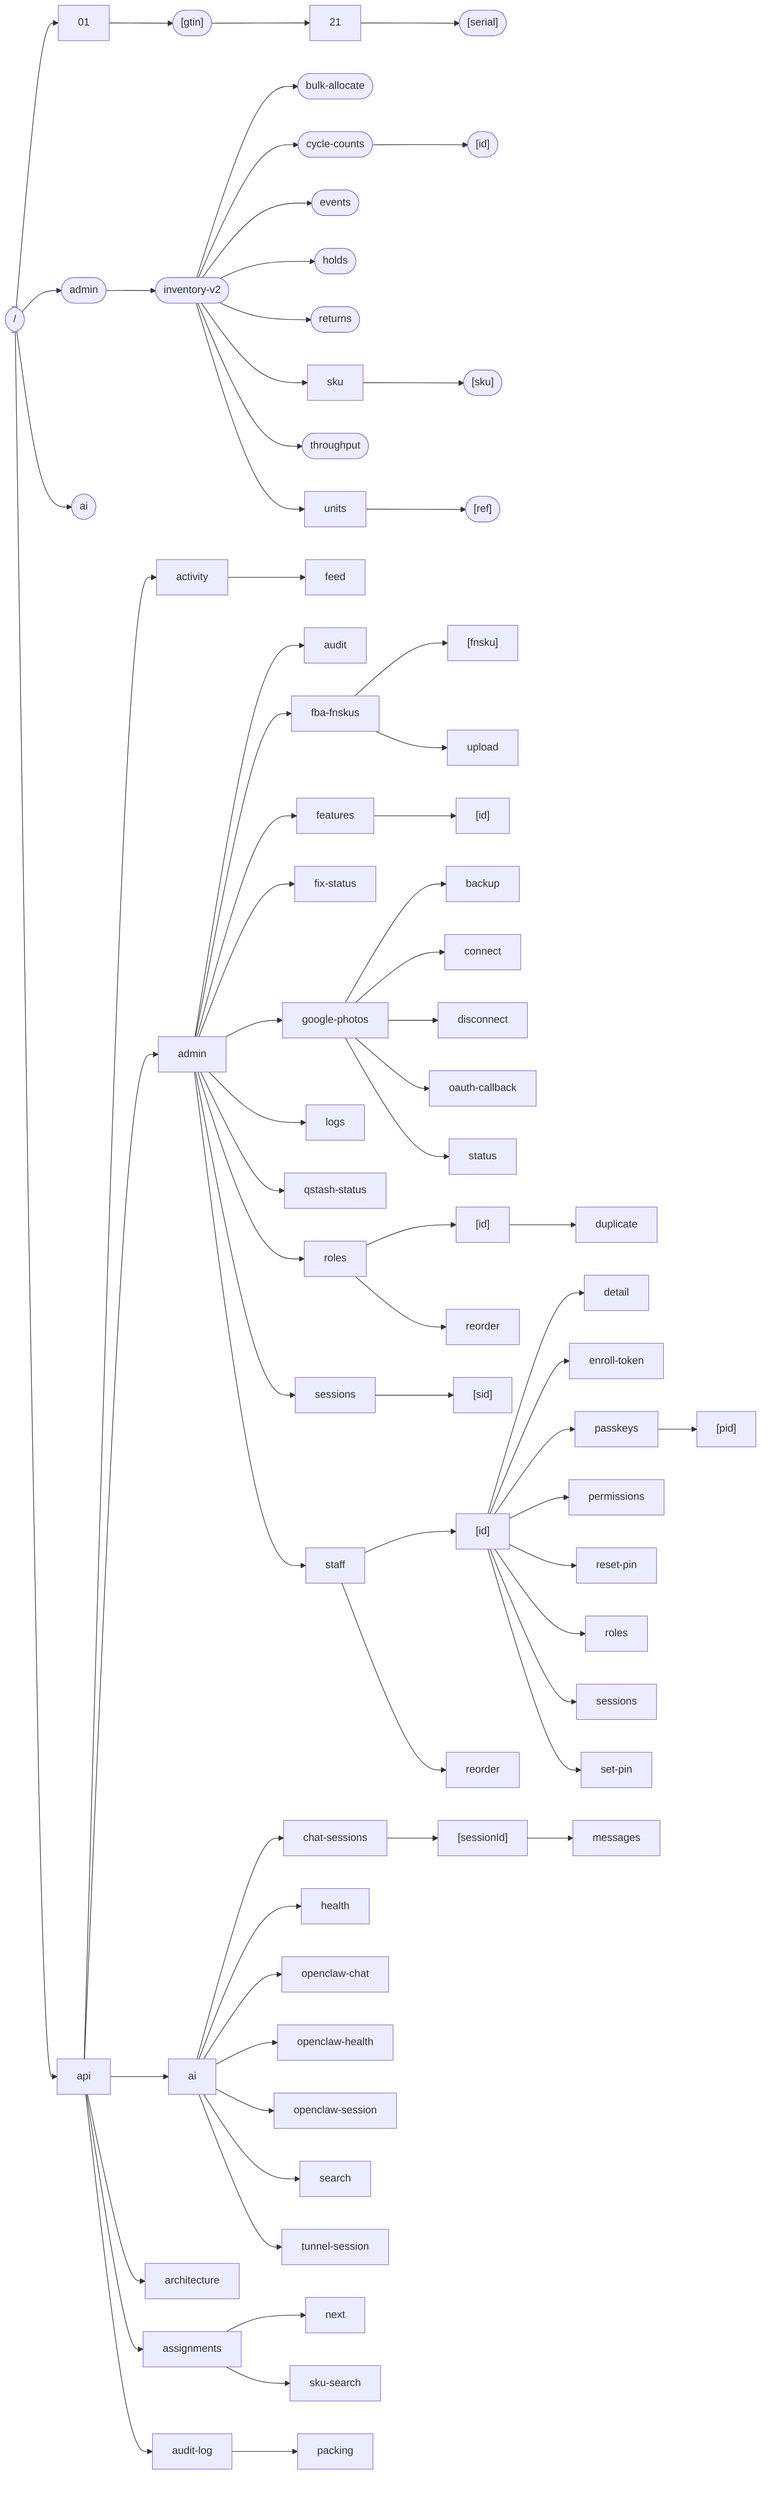
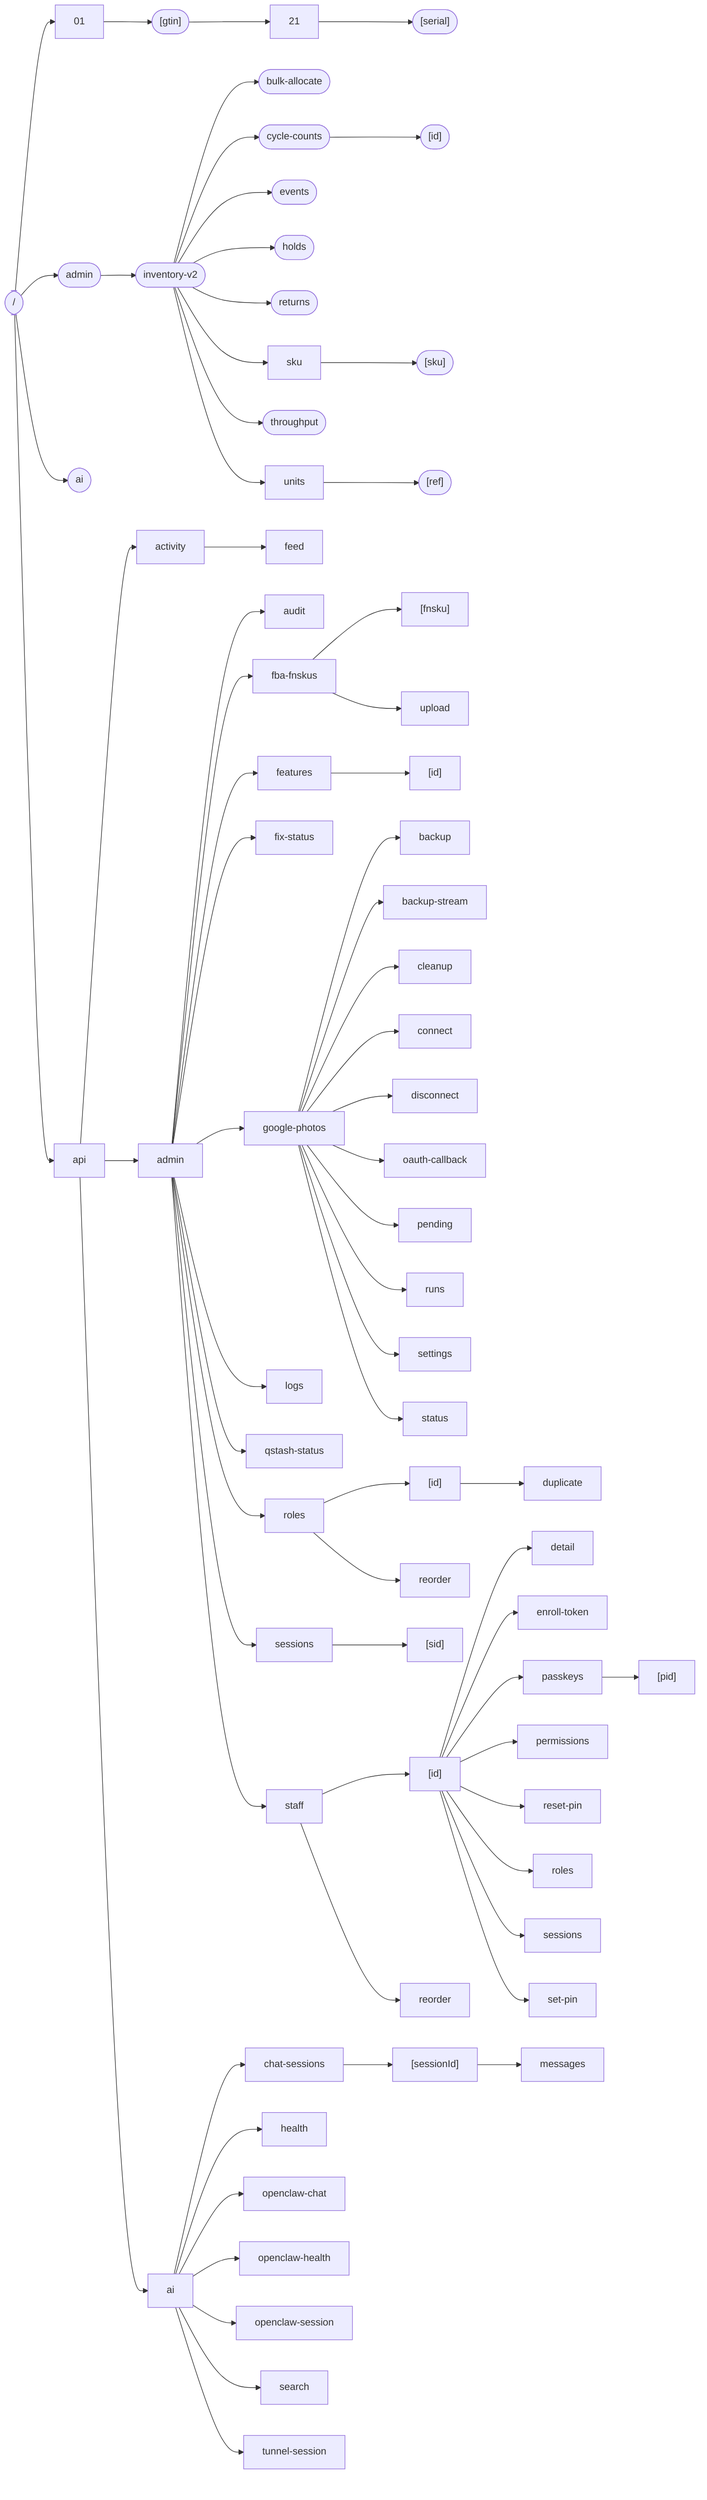
flowchart LR
  root(["/"])
  01["01"]
  root --> 01
  01__gtin(["[gtin]"])
  01 --> 01__gtin
  click 01__gtin "src/app/01/[gtin]/page.tsx" "page: src/app/01/[gtin]/page.tsx"
  01__gtin__21["21"]
  01__gtin --> 01__gtin__21
  01__gtin__21__serial(["[serial]"])
  01__gtin__21 --> 01__gtin__21__serial
  click 01__gtin__21__serial "src/app/01/[gtin]/21/[serial]/page.tsx" "page: src/app/01/[gtin]/21/[serial]/page.tsx"
  admin(["admin"])
  root --> admin
  click admin "src/app/admin/page.tsx" "page: src/app/admin/page.tsx"
  admin_inventory_v2(["inventory-v2"])
  admin --> admin_inventory_v2
  click admin_inventory_v2 "src/app/admin/inventory-v2/page.tsx" "page: src/app/admin/inventory-v2/page.tsx"
  admin_inventory_v2_bulk_allocate(["bulk-allocate"])
  admin_inventory_v2 --> admin_inventory_v2_bulk_allocate
  click admin_inventory_v2_bulk_allocate "src/app/admin/inventory-v2/bulk-allocate/page.tsx" "page: src/app/admin/inventory-v2/bulk-allocate/page.tsx"
  admin_inventory_v2_cycle_counts(["cycle-counts"])
  admin_inventory_v2 --> admin_inventory_v2_cycle_counts
  click admin_inventory_v2_cycle_counts "src/app/admin/inventory-v2/cycle-counts/page.tsx" "page: src/app/admin/inventory-v2/cycle-counts/page.tsx"
  admin_inventory_v2_cycle_counts__id(["[id]"])
  admin_inventory_v2_cycle_counts --> admin_inventory_v2_cycle_counts__id
  click admin_inventory_v2_cycle_counts__id "src/app/admin/inventory-v2/cycle-counts/[id]/page.tsx" "page: src/app/admin/inventory-v2/cycle-counts/[id]/page.tsx"
  admin_inventory_v2_events(["events"])
  admin_inventory_v2 --> admin_inventory_v2_events
  click admin_inventory_v2_events "src/app/admin/inventory-v2/events/page.tsx" "page: src/app/admin/inventory-v2/events/page.tsx"
  admin_inventory_v2_holds(["holds"])
  admin_inventory_v2 --> admin_inventory_v2_holds
  click admin_inventory_v2_holds "src/app/admin/inventory-v2/holds/page.tsx" "page: src/app/admin/inventory-v2/holds/page.tsx"
  admin_inventory_v2_returns(["returns"])
  admin_inventory_v2 --> admin_inventory_v2_returns
  click admin_inventory_v2_returns "src/app/admin/inventory-v2/returns/page.tsx" "page: src/app/admin/inventory-v2/returns/page.tsx"
  admin_inventory_v2_sku["sku"]
  admin_inventory_v2 --> admin_inventory_v2_sku
  admin_inventory_v2_sku__sku(["[sku]"])
  admin_inventory_v2_sku --> admin_inventory_v2_sku__sku
  click admin_inventory_v2_sku__sku "src/app/admin/inventory-v2/sku/[sku]/page.tsx" "page: src/app/admin/inventory-v2/sku/[sku]/page.tsx"
  admin_inventory_v2_throughput(["throughput"])
  admin_inventory_v2 --> admin_inventory_v2_throughput
  click admin_inventory_v2_throughput "src/app/admin/inventory-v2/throughput/page.tsx" "page: src/app/admin/inventory-v2/throughput/page.tsx"
  admin_inventory_v2_units["units"]
  admin_inventory_v2 --> admin_inventory_v2_units
  admin_inventory_v2_units__ref(["[ref]"])
  admin_inventory_v2_units --> admin_inventory_v2_units__ref
  click admin_inventory_v2_units__ref "src/app/admin/inventory-v2/units/[ref]/page.tsx" "page: src/app/admin/inventory-v2/units/[ref]/page.tsx"
  ai(["ai"])
  root --> ai
  click ai "src/app/ai/page.tsx" "page: src/app/ai/page.tsx"
  api["api"]
  root --> api
  api_activity["activity"]
  api --> api_activity
  api_activity_feed["feed"]
  api_activity --> api_activity_feed
  click api_activity_feed "src/app/api/activity/feed/route.ts" "route: src/app/api/activity/feed/route.ts"
  api_admin["admin"]
  api --> api_admin
  api_admin_audit["audit"]
  api_admin --> api_admin_audit
  click api_admin_audit "src/app/api/admin/audit/route.ts" "route: src/app/api/admin/audit/route.ts"
  api_admin_fba_fnskus["fba-fnskus"]
  api_admin --> api_admin_fba_fnskus
  click api_admin_fba_fnskus "src/app/api/admin/fba-fnskus/route.ts" "route: src/app/api/admin/fba-fnskus/route.ts"
  api_admin_fba_fnskus__fnsku["[fnsku]"]
  api_admin_fba_fnskus --> api_admin_fba_fnskus__fnsku
  click api_admin_fba_fnskus__fnsku "src/app/api/admin/fba-fnskus/[fnsku]/route.ts" "route: src/app/api/admin/fba-fnskus/[fnsku]/route.ts"
  api_admin_fba_fnskus_upload["upload"]
  api_admin_fba_fnskus --> api_admin_fba_fnskus_upload
  click api_admin_fba_fnskus_upload "src/app/api/admin/fba-fnskus/upload/route.ts" "route: src/app/api/admin/fba-fnskus/upload/route.ts"
  api_admin_features["features"]
  api_admin --> api_admin_features
  click api_admin_features "src/app/api/admin/features/route.ts" "route: src/app/api/admin/features/route.ts"
  api_admin_features__id["[id]"]
  api_admin_features --> api_admin_features__id
  click api_admin_features__id "src/app/api/admin/features/[id]/route.ts" "route: src/app/api/admin/features/[id]/route.ts"
  api_admin_fix_status["fix-status"]
  api_admin --> api_admin_fix_status
  click api_admin_fix_status "src/app/api/admin/fix-status/route.ts" "route: src/app/api/admin/fix-status/route.ts"
  api_admin_google_photos["google-photos"]
  api_admin --> api_admin_google_photos
  api_admin_google_photos_backup["backup"]
  api_admin_google_photos --> api_admin_google_photos_backup
  click api_admin_google_photos_backup "src/app/api/admin/google-photos/backup/route.ts" "route: src/app/api/admin/google-photos/backup/route.ts"
+   api_admin_google_photos_backup_stream["backup-stream"]
+   api_admin_google_photos --> api_admin_google_photos_backup_stream
+   click api_admin_google_photos_backup_stream "src/app/api/admin/google-photos/backup-stream/route.ts" "route: src/app/api/admin/google-photos/backup-stream/route.ts"
+   api_admin_google_photos_cleanup["cleanup"]
+   api_admin_google_photos --> api_admin_google_photos_cleanup
+   click api_admin_google_photos_cleanup "src/app/api/admin/google-photos/cleanup/route.ts" "route: src/app/api/admin/google-photos/cleanup/route.ts"
  api_admin_google_photos_connect["connect"]
  api_admin_google_photos --> api_admin_google_photos_connect
  click api_admin_google_photos_connect "src/app/api/admin/google-photos/connect/route.ts" "route: src/app/api/admin/google-photos/connect/route.ts"
  api_admin_google_photos_disconnect["disconnect"]
  api_admin_google_photos --> api_admin_google_photos_disconnect
  click api_admin_google_photos_disconnect "src/app/api/admin/google-photos/disconnect/route.ts" "route: src/app/api/admin/google-photos/disconnect/route.ts"
  api_admin_google_photos_oauth_callback["oauth-callback"]
  api_admin_google_photos --> api_admin_google_photos_oauth_callback
  click api_admin_google_photos_oauth_callback "src/app/api/admin/google-photos/oauth-callback/route.ts" "route: src/app/api/admin/google-photos/oauth-callback/route.ts"
+   api_admin_google_photos_pending["pending"]
+   api_admin_google_photos --> api_admin_google_photos_pending
+   click api_admin_google_photos_pending "src/app/api/admin/google-photos/pending/route.ts" "route: src/app/api/admin/google-photos/pending/route.ts"
+   api_admin_google_photos_runs["runs"]
+   api_admin_google_photos --> api_admin_google_photos_runs
+   click api_admin_google_photos_runs "src/app/api/admin/google-photos/runs/route.ts" "route: src/app/api/admin/google-photos/runs/route.ts"
+   api_admin_google_photos_settings["settings"]
+   api_admin_google_photos --> api_admin_google_photos_settings
+   click api_admin_google_photos_settings "src/app/api/admin/google-photos/settings/route.ts" "route: src/app/api/admin/google-photos/settings/route.ts"
  api_admin_google_photos_status["status"]
  api_admin_google_photos --> api_admin_google_photos_status
  click api_admin_google_photos_status "src/app/api/admin/google-photos/status/route.ts" "route: src/app/api/admin/google-photos/status/route.ts"
  api_admin_logs["logs"]
  api_admin --> api_admin_logs
  click api_admin_logs "src/app/api/admin/logs/route.ts" "route: src/app/api/admin/logs/route.ts"
  api_admin_qstash_status["qstash-status"]
  api_admin --> api_admin_qstash_status
  click api_admin_qstash_status "src/app/api/admin/qstash-status/route.ts" "route: src/app/api/admin/qstash-status/route.ts"
  api_admin_roles["roles"]
  api_admin --> api_admin_roles
  click api_admin_roles "src/app/api/admin/roles/route.ts" "route: src/app/api/admin/roles/route.ts"
  api_admin_roles__id["[id]"]
  api_admin_roles --> api_admin_roles__id
  click api_admin_roles__id "src/app/api/admin/roles/[id]/route.ts" "route: src/app/api/admin/roles/[id]/route.ts"
  api_admin_roles__id__duplicate["duplicate"]
  api_admin_roles__id --> api_admin_roles__id__duplicate
  click api_admin_roles__id__duplicate "src/app/api/admin/roles/[id]/duplicate/route.ts" "route: src/app/api/admin/roles/[id]/duplicate/route.ts"
  api_admin_roles_reorder["reorder"]
  api_admin_roles --> api_admin_roles_reorder
  click api_admin_roles_reorder "src/app/api/admin/roles/reorder/route.ts" "route: src/app/api/admin/roles/reorder/route.ts"
  api_admin_sessions["sessions"]
  api_admin --> api_admin_sessions
  click api_admin_sessions "src/app/api/admin/sessions/route.ts" "route: src/app/api/admin/sessions/route.ts"
  api_admin_sessions__sid["[sid]"]
  api_admin_sessions --> api_admin_sessions__sid
  click api_admin_sessions__sid "src/app/api/admin/sessions/[sid]/route.ts" "route: src/app/api/admin/sessions/[sid]/route.ts"
  api_admin_staff["staff"]
  api_admin --> api_admin_staff
  click api_admin_staff "src/app/api/admin/staff/route.ts" "route: src/app/api/admin/staff/route.ts"
  api_admin_staff__id["[id]"]
  api_admin_staff --> api_admin_staff__id
  click api_admin_staff__id "src/app/api/admin/staff/[id]/route.ts" "route: src/app/api/admin/staff/[id]/route.ts"
  api_admin_staff__id__detail["detail"]
  api_admin_staff__id --> api_admin_staff__id__detail
  click api_admin_staff__id__detail "src/app/api/admin/staff/[id]/detail/route.ts" "route: src/app/api/admin/staff/[id]/detail/route.ts"
  api_admin_staff__id__enroll_token["enroll-token"]
  api_admin_staff__id --> api_admin_staff__id__enroll_token
  click api_admin_staff__id__enroll_token "src/app/api/admin/staff/[id]/enroll-token/route.ts" "route: src/app/api/admin/staff/[id]/enroll-token/route.ts"
  api_admin_staff__id__passkeys["passkeys"]
  api_admin_staff__id --> api_admin_staff__id__passkeys
  click api_admin_staff__id__passkeys "src/app/api/admin/staff/[id]/passkeys/route.ts" "route: src/app/api/admin/staff/[id]/passkeys/route.ts"
  api_admin_staff__id__passkeys__pid["[pid]"]
  api_admin_staff__id__passkeys --> api_admin_staff__id__passkeys__pid
  click api_admin_staff__id__passkeys__pid "src/app/api/admin/staff/[id]/passkeys/[pid]/route.ts" "route: src/app/api/admin/staff/[id]/passkeys/[pid]/route.ts"
  api_admin_staff__id__permissions["permissions"]
  api_admin_staff__id --> api_admin_staff__id__permissions
  click api_admin_staff__id__permissions "src/app/api/admin/staff/[id]/permissions/route.ts" "route: src/app/api/admin/staff/[id]/permissions/route.ts"
  api_admin_staff__id__reset_pin["reset-pin"]
  api_admin_staff__id --> api_admin_staff__id__reset_pin
  click api_admin_staff__id__reset_pin "src/app/api/admin/staff/[id]/reset-pin/route.ts" "route: src/app/api/admin/staff/[id]/reset-pin/route.ts"
  api_admin_staff__id__roles["roles"]
  api_admin_staff__id --> api_admin_staff__id__roles
  click api_admin_staff__id__roles "src/app/api/admin/staff/[id]/roles/route.ts" "route: src/app/api/admin/staff/[id]/roles/route.ts"
  api_admin_staff__id__sessions["sessions"]
  api_admin_staff__id --> api_admin_staff__id__sessions
  click api_admin_staff__id__sessions "src/app/api/admin/staff/[id]/sessions/route.ts" "route: src/app/api/admin/staff/[id]/sessions/route.ts"
  api_admin_staff__id__set_pin["set-pin"]
  api_admin_staff__id --> api_admin_staff__id__set_pin
  click api_admin_staff__id__set_pin "src/app/api/admin/staff/[id]/set-pin/route.ts" "route: src/app/api/admin/staff/[id]/set-pin/route.ts"
  api_admin_staff_reorder["reorder"]
  api_admin_staff --> api_admin_staff_reorder
  click api_admin_staff_reorder "src/app/api/admin/staff/reorder/route.ts" "route: src/app/api/admin/staff/reorder/route.ts"
  api_ai["ai"]
  api --> api_ai
  api_ai_chat_sessions["chat-sessions"]
  api_ai --> api_ai_chat_sessions
  click api_ai_chat_sessions "src/app/api/ai/chat-sessions/route.ts" "route: src/app/api/ai/chat-sessions/route.ts"
  api_ai_chat_sessions__sessionId["[sessionId]"]
  api_ai_chat_sessions --> api_ai_chat_sessions__sessionId
  api_ai_chat_sessions__sessionId__messages["messages"]
  api_ai_chat_sessions__sessionId --> api_ai_chat_sessions__sessionId__messages
  click api_ai_chat_sessions__sessionId__messages "src/app/api/ai/chat-sessions/[sessionId]/messages/route.ts" "route: src/app/api/ai/chat-sessions/[sessionId]/messages/route.ts"
  api_ai_health["health"]
  api_ai --> api_ai_health
  click api_ai_health "src/app/api/ai/health/route.ts" "route: src/app/api/ai/health/route.ts"
  api_ai_openclaw_chat["openclaw-chat"]
  api_ai --> api_ai_openclaw_chat
  click api_ai_openclaw_chat "src/app/api/ai/openclaw-chat/route.ts" "route: src/app/api/ai/openclaw-chat/route.ts"
  api_ai_openclaw_health["openclaw-health"]
  api_ai --> api_ai_openclaw_health
  click api_ai_openclaw_health "src/app/api/ai/openclaw-health/route.ts" "route: src/app/api/ai/openclaw-health/route.ts"
  api_ai_openclaw_session["openclaw-session"]
  api_ai --> api_ai_openclaw_session
  click api_ai_openclaw_session "src/app/api/ai/openclaw-session/route.ts" "route: src/app/api/ai/openclaw-session/route.ts"
  api_ai_search["search"]
  api_ai --> api_ai_search
  click api_ai_search "src/app/api/ai/search/route.ts" "route: src/app/api/ai/search/route.ts"
  api_ai_tunnel_session["tunnel-session"]
  api_ai --> api_ai_tunnel_session
-   click api_ai_tunnel_session "src/app/api/ai/tunnel-session/route.ts" "route: src/app/api/ai/tunnel-session/route.ts"
-   api_architecture["architecture"]
-   api --> api_architecture
-   click api_architecture "src/app/api/architecture/route.ts" "route: src/app/api/architecture/route.ts"
-   api_assignments["assignments"]
-   api --> api_assignments
-   click api_assignments "src/app/api/assignments/route.ts" "route: src/app/api/assignments/route.ts"
-   api_assignments_next["next"]
-   api_assignments --> api_assignments_next
-   click api_assignments_next "src/app/api/assignments/next/route.ts" "route: src/app/api/assignments/next/route.ts"
-   api_assignments_sku_search["sku-search"]
-   api_assignments --> api_assignments_sku_search
-   click api_assignments_sku_search "src/app/api/assignments/sku-search/route.ts" "route: src/app/api/assignments/sku-search/route.ts"
-   api_audit_log["audit-log"]
-   api --> api_audit_log
-   api_audit_log_packing["packing"]
-   api_audit_log --> api_audit_log_packing
-   click api_audit_log_packing "src/app/api/audit-log/packing/route.ts" "route: src/app/api/audit-log/packing/route.ts"+   click api_ai_tunnel_session "src/app/api/ai/tunnel-session/route.ts" "route: src/app/api/ai/tunnel-session/route.ts"